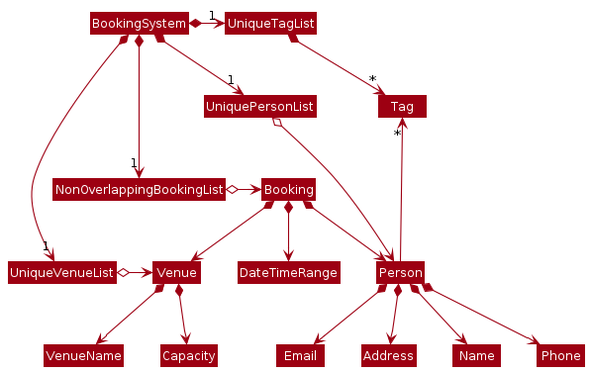
Before: docs/images/BetterModelClassDiagram.png, a diagram exported from PlantUML (nus-cs2103-AY2021S2/tp).
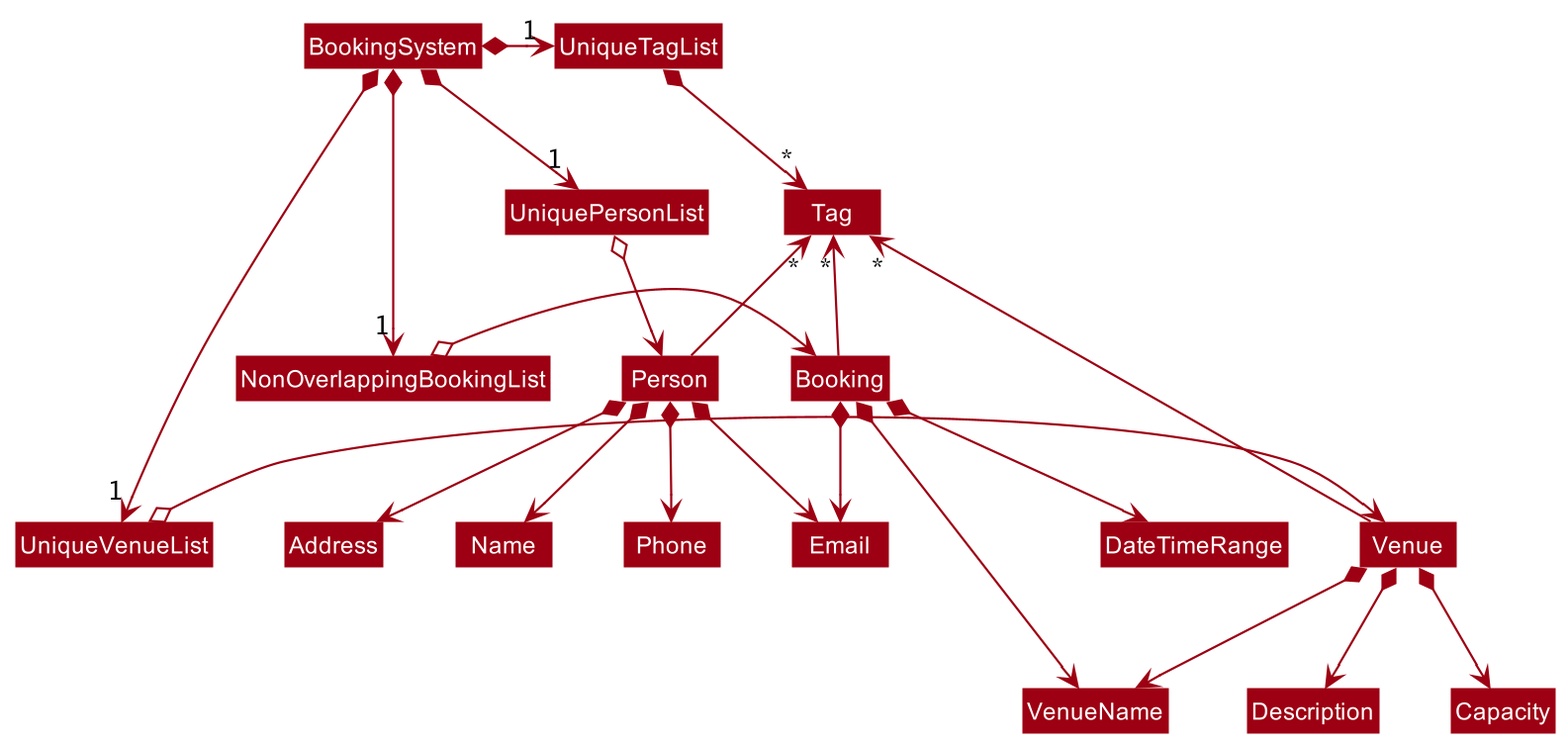
Later version of the same file.

Diff of the diagram source:
```diff
@@ -18,16 +18,20 @@
 UniqueVenueList o-right-> Venue
 
 Person -up-> "*" Tag
+Venue -up-> "*" Tag
+Booking -up-> "*" Tag
 
 Person *--> Name
 Person *--> Phone
 Person *--> Email
 Person *--> Address
 
-Booking *--> Person
-Booking *--> Venue
+Booking *--> Email
+Booking *--> VenueName
 Booking *--> DateTimeRange
 
 Venue *--> VenueName
 Venue *--> Capacity
+Venue *--> Description
+
 @enduml
```
